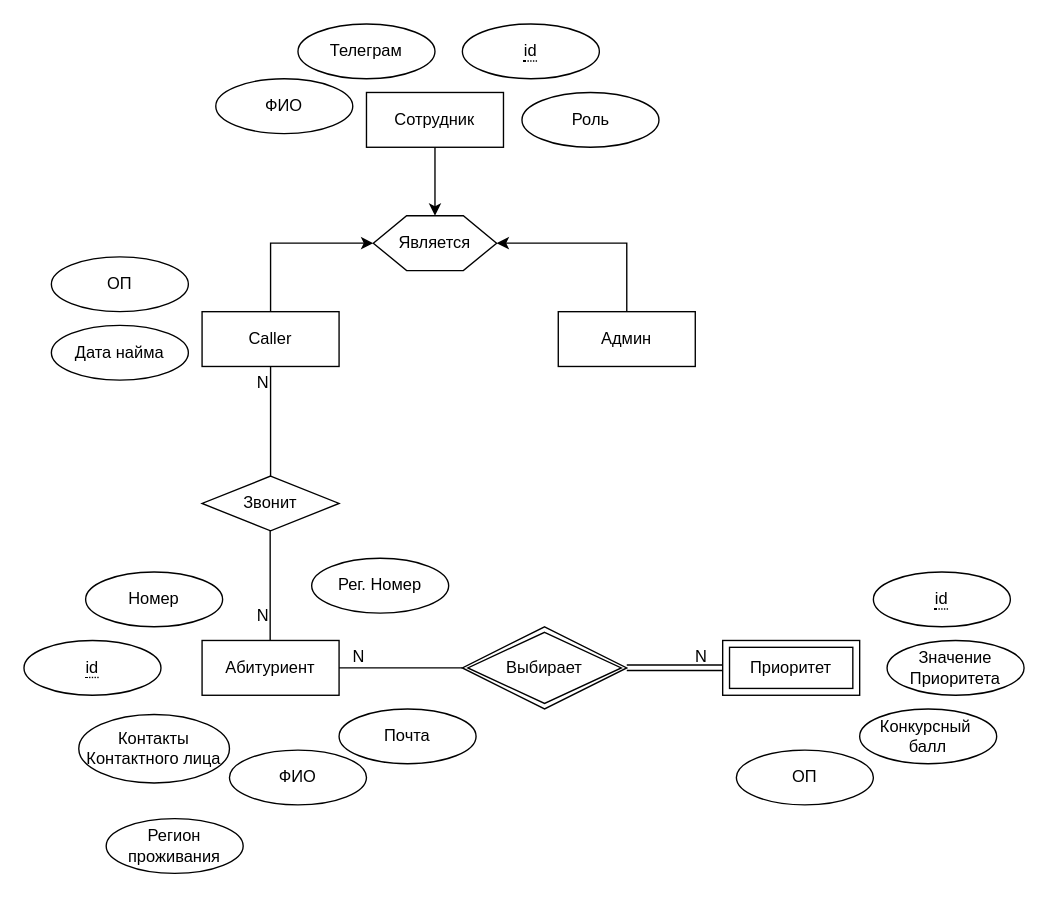
This is Предварительная схема БД.drawio from DmitriyShalashov/Diagrams, a draw.io file, before an edit. Source tidied: cells renumbered, new cells numbered last; positions are measured from the earlier drawing's top-left corner, leaving out a move shared by most shapes. Both pictures are drawn from the tidied source at 137%, with x=0, y=0 at pixel (23, 23).
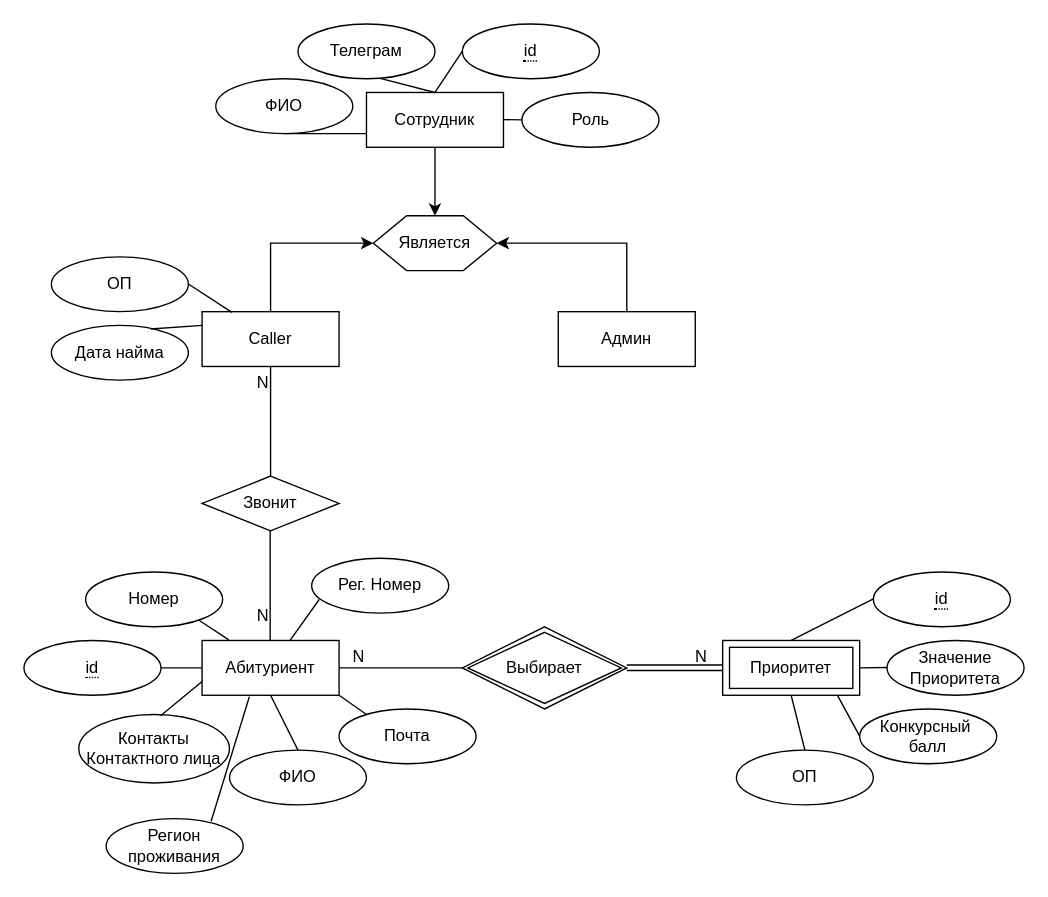
Above is the later version.

The change refers to these unchanged cells:
```xml
<mxCell id="2" value="&lt;span style=&quot;border-bottom: 1px dotted&quot;&gt;id&lt;/span&gt;" style="ellipse;whiteSpace=wrap;html=1;align=center;" parent="1" vertex="1">
  <mxGeometry y="450" width="100" height="40" as="geometry" />
</mxCell>
<mxCell id="8" value="Приоритет" style="shape=ext;margin=3;double=1;whiteSpace=wrap;html=1;align=center;" parent="1" vertex="1">
  <mxGeometry x="510" y="450" width="100" height="40" as="geometry" />
</mxCell>
<mxCell id="12" value="Caller" style="whiteSpace=wrap;html=1;align=center;" parent="1" vertex="1">
  <mxGeometry x="130" y="210" width="100" height="40" as="geometry" />
</mxCell>
<mxCell id="13" value="Абитуриент" style="whiteSpace=wrap;html=1;align=center;" parent="1" vertex="1">
  <mxGeometry x="130" y="450" width="100" height="40" as="geometry" />
</mxCell>
<mxCell id="18" value="ОП" style="ellipse;whiteSpace=wrap;html=1;align=center;" parent="1" vertex="1">
  <mxGeometry x="520" y="530" width="100" height="40" as="geometry" />
</mxCell>
<mxCell id="22" value="Контакты&lt;div&gt;Контактного лица&lt;/div&gt;" style="ellipse;whiteSpace=wrap;html=1;align=center;" parent="1" vertex="1">
  <mxGeometry x="40" y="504" width="110" height="50" as="geometry" />
</mxCell>
<mxCell id="25" value="Номер" style="ellipse;whiteSpace=wrap;html=1;align=center;" parent="1" vertex="1">
  <mxGeometry x="45" y="400" width="100" height="40" as="geometry" />
</mxCell>
<mxCell id="26" value="Рег. Номер" style="ellipse;whiteSpace=wrap;html=1;align=center;" parent="1" vertex="1">
  <mxGeometry x="210" y="390" width="100" height="40" as="geometry" />
</mxCell>
<mxCell id="27" value="Регион проживания" style="ellipse;whiteSpace=wrap;html=1;align=center;" parent="1" vertex="1">
  <mxGeometry x="60" y="580" width="100" height="40" as="geometry" />
</mxCell>
<mxCell id="29" value="Роль" style="ellipse;whiteSpace=wrap;html=1;align=center;" parent="1" vertex="1">
  <mxGeometry x="363.5" y="50" width="100" height="40" as="geometry" />
</mxCell>
<mxCell id="30" value="Дата найма" style="ellipse;whiteSpace=wrap;html=1;align=center;" parent="1" vertex="1">
  <mxGeometry x="20" y="220" width="100" height="40" as="geometry" />
</mxCell>
<mxCell id="34" value="Сотрудник" style="whiteSpace=wrap;html=1;align=center;" parent="1" vertex="1">
  <mxGeometry x="250" y="50" width="100" height="40" as="geometry" />
</mxCell>
```

What changed in the source:
```diff
@@
+    <mxCell id="41" style="endArrow=none;html=1;rounded=0;entryX=0.825;entryY=0.877;entryDx=0;entryDy=0;entryPerimeter=0;exitX=0.195;exitY=-0.012;exitDx=0;exitDy=0;exitPerimeter=0;" parent="1" edge="1" source="13" target="25">
+      <mxGeometry relative="1" as="geometry" />
+    </mxCell>
+    <mxCell id="42" style="endArrow=none;html=1;rounded=0;entryX=1;entryY=0.5;entryDx=0;entryDy=0;exitX=0;exitY=0.5;exitDx=0;exitDy=0;" parent="1" edge="1" source="13" target="2">
+      <mxGeometry relative="1" as="geometry" />
+    </mxCell>
+    <mxCell id="43" style="endArrow=none;html=1;rounded=0;entryX=0.543;entryY=0.02;entryDx=0;entryDy=0;exitX=0;exitY=0.75;exitDx=0;exitDy=0;entryPerimeter=0;" parent="1" edge="1" source="13" target="22">
+      <mxGeometry relative="1" as="geometry" />
+    </mxCell>
+    <mxCell id="44" style="endArrow=none;html=1;rounded=0;entryX=1;entryY=0.5;entryDx=0;entryDy=0;exitX=0.5;exitY=1;exitDx=0;exitDy=0;" parent="1" edge="1" source="13">
+      <mxGeometry relative="1" as="geometry">
+        <mxPoint x="200" y="530" as="targetPoint" />
+      </mxGeometry>
+    </mxCell>
+    <mxCell id="45" style="endArrow=none;html=1;rounded=0;entryX=0.766;entryY=0.048;entryDx=0;entryDy=0;exitX=0.345;exitY=1.027;exitDx=0;exitDy=0;exitPerimeter=0;entryPerimeter=0;" parent="1" edge="1" source="13" target="27">
+      <mxGeometry relative="1" as="geometry" />
+    </mxCell>
+    <mxCell id="46" style="endArrow=none;html=1;rounded=0;entryX=1;entryY=1;entryDx=0;entryDy=0;exitX=0;exitY=0.5;exitDx=0;exitDy=0;" parent="1" edge="1" target="13">
+      <mxGeometry relative="1" as="geometry">
+        <mxPoint x="250" y="504" as="sourcePoint" />
+      </mxGeometry>
+    </mxCell>
+    <mxCell id="47" style="endArrow=none;html=1;rounded=0;entryX=0.641;entryY=0.001;entryDx=0;entryDy=0;exitX=0.055;exitY=0.752;exitDx=0;exitDy=0;exitPerimeter=0;entryPerimeter=0;" parent="1" edge="1" source="26" target="13">
+      <mxGeometry relative="1" as="geometry" />
+    </mxCell>
+    <mxCell id="48" style="endArrow=none;html=1;rounded=0;entryX=0.725;entryY=0.067;entryDx=0;entryDy=0;exitX=0;exitY=0.5;exitDx=0;exitDy=0;entryPerimeter=0;" parent="1" edge="1" target="30">
+      <mxGeometry relative="1" as="geometry">
+        <mxPoint x="130" y="220" as="sourcePoint" />
+      </mxGeometry>
+    </mxCell>
+    <mxCell id="49" style="endArrow=none;html=1;rounded=0;entryX=1;entryY=0.5;entryDx=0;entryDy=0;exitX=0.218;exitY=0.014;exitDx=0;exitDy=0;exitPerimeter=0;" parent="1" edge="1" source="12">
+      <mxGeometry relative="1" as="geometry">
+        <mxPoint x="120" y="189.8" as="targetPoint" />
+      </mxGeometry>
+    </mxCell>
+    <mxCell id="50" style="endArrow=none;html=1;rounded=0;entryX=1;entryY=0.5;entryDx=0;entryDy=0;exitX=0;exitY=0.75;exitDx=0;exitDy=0;" parent="1" edge="1" source="34">
+      <mxGeometry relative="1" as="geometry">
+        <mxPoint x="190" y="80" as="targetPoint" />
+      </mxGeometry>
+    </mxCell>
+    <mxCell id="51" style="endArrow=none;html=1;rounded=0;entryX=1;entryY=0.5;entryDx=0;entryDy=0;exitX=0.5;exitY=0;exitDx=0;exitDy=0;" parent="1" edge="1" source="34">
+      <mxGeometry relative="1" as="geometry">
+        <mxPoint x="260" y="39.7" as="targetPoint" />
+      </mxGeometry>
+    </mxCell>
+    <mxCell id="52" style="endArrow=none;html=1;rounded=0;entryX=0.5;entryY=0;entryDx=0;entryDy=0;exitX=0;exitY=0.75;exitDx=0;exitDy=0;" parent="1" edge="1" target="34">
+      <mxGeometry relative="1" as="geometry">
+        <mxPoint x="320" y="19.8" as="sourcePoint" />
+      </mxGeometry>
+    </mxCell>
+    <mxCell id="53" style="endArrow=none;html=1;rounded=0;entryX=1;entryY=0.5;entryDx=0;entryDy=0;exitX=0;exitY=0.5;exitDx=0;exitDy=0;" parent="1" edge="1" source="29">
+      <mxGeometry relative="1" as="geometry">
+        <mxPoint x="350" y="69.8" as="targetPoint" />
+      </mxGeometry>
+    </mxCell>
+    <mxCell id="54" style="endArrow=none;html=1;rounded=0;entryX=0.5;entryY=0;entryDx=0;entryDy=0;exitX=0;exitY=0.75;exitDx=0;exitDy=0;" parent="1" edge="1" target="8">
+      <mxGeometry relative="1" as="geometry">
+        <mxPoint x="620" y="419.7" as="sourcePoint" />
+      </mxGeometry>
+    </mxCell>
+    <mxCell id="55" style="endArrow=none;html=1;rounded=0;exitX=0;exitY=0.75;exitDx=0;exitDy=0;" parent="1" edge="1">
+      <mxGeometry relative="1" as="geometry">
+        <mxPoint x="630" y="469.7" as="sourcePoint" />
+        <mxPoint x="610" y="470" as="targetPoint" />
+      </mxGeometry>
+    </mxCell>
+    <mxCell id="56" style="endArrow=none;html=1;rounded=0;exitX=0;exitY=0.75;exitDx=0;exitDy=0;entryX=0.839;entryY=1.007;entryDx=0;entryDy=0;entryPerimeter=0;" parent="1" edge="1" target="8">
+      <mxGeometry relative="1" as="geometry">
+        <mxPoint x="610" y="519.8" as="sourcePoint" />
+      </mxGeometry>
+    </mxCell>
+    <mxCell id="57" style="endArrow=none;html=1;rounded=0;exitX=0.5;exitY=1;exitDx=0;exitDy=0;entryX=0.5;entryY=0;entryDx=0;entryDy=0;" parent="1" edge="1" source="8" target="18">
+      <mxGeometry relative="1" as="geometry" />
+    </mxCell>
```
